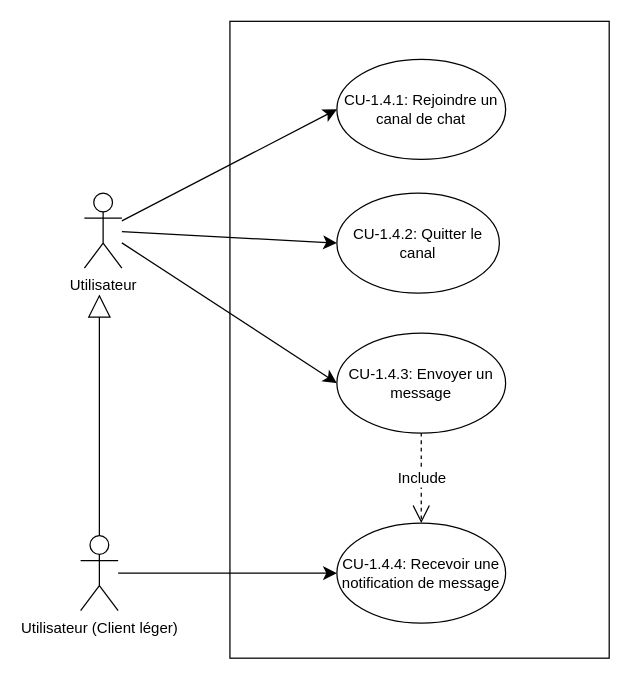
Earlier version of the draw.io diagram page "Page-2" (2 of 5) of Diagramme sans nom.drawio (Andreea-Maria1/uml-projet3). Source tidied: cells renumbered, new cells numbered last; positions are measured from the earlier drawing's top-left corner, leaving out a move shared by most shapes. Both pictures are drawn from the tidied source at 125%, with x=0, y=0 at pixel (80, 59).
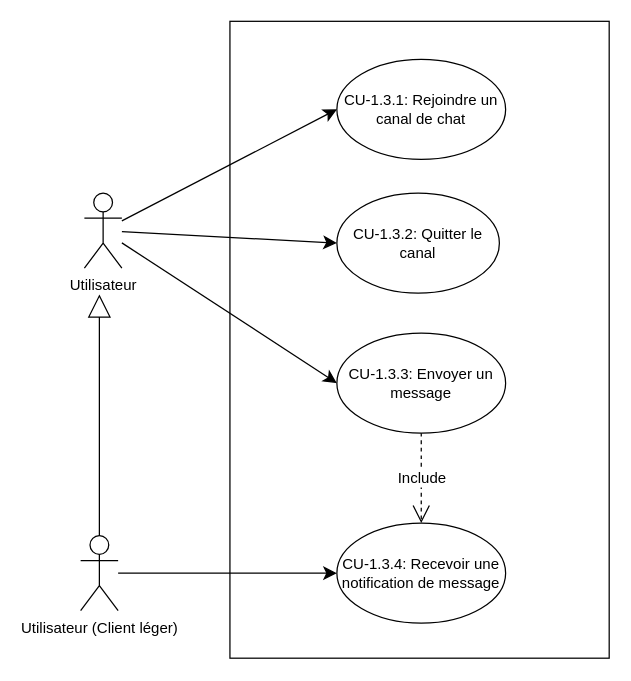
The same diagram, later.

Change to the diagram source:
```diff
@@
 <mxGraphModel>
   <root>
     <mxCell id="0" />
     <mxCell id="1" parent="0" />
     <mxCell id="2" style="rounded=0;whiteSpace=wrap;html=1;rotation=90;" parent="1" vertex="1">
       <mxGeometry x="16.4" y="72.6" width="509.5" height="303.4" as="geometry" />
     </mxCell>
     <mxCell id="3" style="edgeStyle=none;curved=1;rounded=0;jettySize=auto;html=1;entryX=0;entryY=0.5;entryDx=0;entryDy=0;fontSize=12;startSize=8;endSize=8;" parent="1" edge="1" source="6" target="8">
       <mxGeometry relative="1" as="geometry">
         <Array as="points">
           <mxPoint x="205" y="147" />
         </Array>
       </mxGeometry>
     </mxCell>
     <mxCell id="4" style="edgeStyle=none;curved=1;rounded=0;jettySize=auto;html=1;entryX=0;entryY=0.5;entryDx=0;entryDy=0;fontSize=12;startSize=8;endSize=8;" parent="1" edge="1" source="6" target="7">
       <mxGeometry relative="1" as="geometry" />
     </mxCell>
     <mxCell id="5" style="edgeStyle=none;curved=1;rounded=0;jettySize=auto;html=1;entryX=0;entryY=0.5;entryDx=0;entryDy=0;fontSize=12;startSize=8;endSize=8;" parent="1" edge="1" source="6" target="9">
       <mxGeometry relative="1" as="geometry" />
     </mxCell>
     <mxCell id="6" value="Utilisateur" style="shape=umlActor;verticalLabelPosition=bottom;verticalAlign=top;html=1;outlineConnect=0;" parent="1" vertex="1">
       <mxGeometry x="3" y="107" width="30" height="60" as="geometry" />
     </mxCell>
-    <mxCell id="7" value="CU-1.4.1: Rejoindre un canal de chat" style="ellipse;whiteSpace=wrap;html=1;" parent="1" vertex="1">
+    <mxCell id="7" value="CU-1.3.1: Rejoindre un canal de chat" style="ellipse;whiteSpace=wrap;html=1;" parent="1" vertex="1">
       <mxGeometry x="205" width="135" height="80" as="geometry" />
     </mxCell>
-    <mxCell id="8" value="CU-1.4.2: Quitter le canal" style="ellipse;whiteSpace=wrap;html=1;" parent="1" vertex="1">
+    <mxCell id="8" value="CU-1.3.2: Quitter le canal" style="ellipse;whiteSpace=wrap;html=1;" parent="1" vertex="1">
       <mxGeometry x="205" y="107" width="130" height="80" as="geometry" />
     </mxCell>
-    <mxCell id="9" value="CU-1.4.3: Envoyer un message" style="ellipse;whiteSpace=wrap;html=1;" parent="1" vertex="1">
+    <mxCell id="9" value="CU-1.3.3: Envoyer un message" style="ellipse;whiteSpace=wrap;html=1;" parent="1" vertex="1">
       <mxGeometry x="205" y="219" width="135" height="80" as="geometry" />
     </mxCell>
     <mxCell id="10" style="edgeStyle=none;curved=1;rounded=0;jettySize=auto;html=1;entryX=0;entryY=0.5;entryDx=0;entryDy=0;fontSize=12;startSize=8;endSize=8;" parent="1" edge="1" source="11" target="12">
       <mxGeometry relative="1" as="geometry" />
     </mxCell>
     <mxCell id="11" value="Utilisateur (Client léger)" style="shape=umlActor;verticalLabelPosition=bottom;verticalAlign=top;html=1;outlineConnect=0;" parent="1" vertex="1">
       <mxGeometry y="381" width="30" height="60" as="geometry" />
     </mxCell>
-    <mxCell id="12" value="CU-1.4.4: Recevoir une notification de message" style="ellipse;whiteSpace=wrap;html=1;" parent="1" vertex="1">
+    <mxCell id="12" value="CU-1.3.4: Recevoir une notification de message" style="ellipse;whiteSpace=wrap;html=1;" parent="1" vertex="1">
       <mxGeometry x="205" y="371" width="135" height="80" as="geometry" />
     </mxCell>
     <mxCell id="13" style="endArrow=block;endSize=16;endFill=0;html=1;rounded=0;fontSize=12;curved=1;exitX=0.5;exitY=0;exitDx=0;exitDy=0;exitPerimeter=0;" parent="1" edge="1" source="11">
       <mxGeometry relative="1" as="geometry">
         <mxPoint x="15" y="188" as="targetPoint" />
       </mxGeometry>
     </mxCell>
     <mxCell id="14" value="Include" style="endArrow=open;endSize=12;dashed=1;html=1;rounded=0;fontSize=12;curved=1;exitX=0.5;exitY=1;exitDx=0;exitDy=0;entryX=0.5;entryY=0;entryDx=0;entryDy=0;" parent="1" edge="1" source="9" target="12">
       <mxGeometry relative="1" as="geometry" />
     </mxCell>
   </root>
 </mxGraphModel>
```
